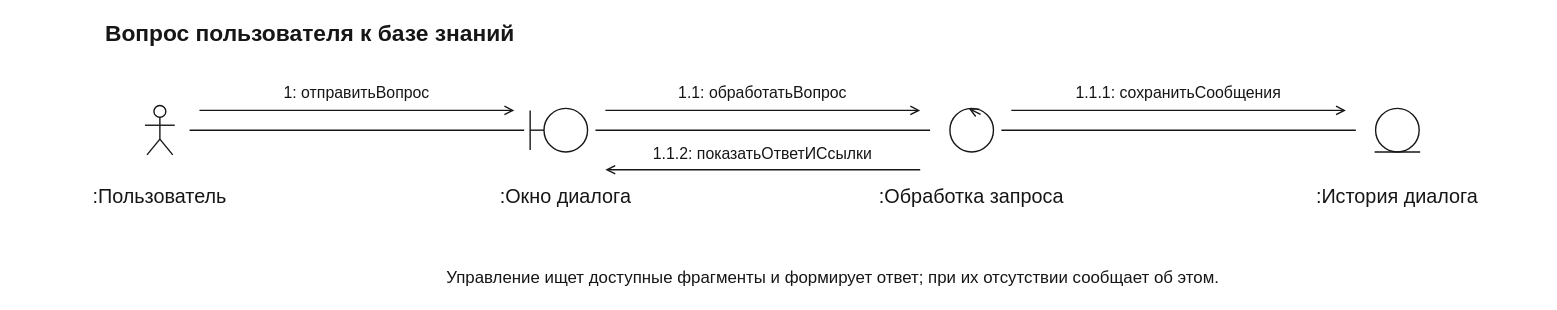
Before: page "ЛР 1 · Диаграмма анализа" (3 of 3) of RAG-ассистент/RAG-ассистент.drawio in Parsi853/OOAP, a draw.io diagram. Source tidied: cells renumbered, new cells numbered last; positions are measured from the earlier drawing's top-left corner, leaving out a move shared by most shapes. Both pictures are drawn from the tidied source at 99%, with x=0, y=0 at pixel (16, 16).
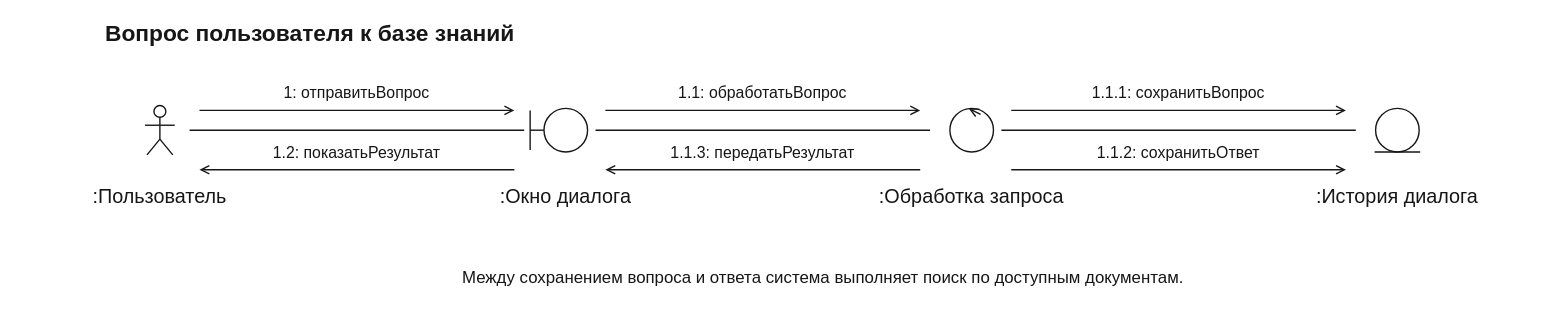
Above is the later version.

What changed in the source:
```diff
@@
-    <mxCell id="26" value="1.1.1: сохранитьСообщения" style="text;html=0;strokeColor=none;fillColor=none;align=center;verticalAlign=middle;whiteSpace=nowrap;spacing=0;fontFamily=Arial;fontSize=16;fontColor=#161616;fontStyle=0;" parent="1" vertex="1">
+    <mxCell id="26" value="1.1.1: сохранитьВопрос" style="text;html=0;strokeColor=none;fillColor=none;align=center;verticalAlign=middle;whiteSpace=nowrap;spacing=0;fontFamily=Arial;fontSize=16;fontColor=#161616;fontStyle=0;" parent="1" vertex="1">
       <mxGeometry x="995" y="64" width="358" height="24" as="geometry" />
     </mxCell>
@@
-    <mxCell id="28" value="1.1.2: показатьОтветИСсылки" style="text;html=0;strokeColor=none;fillColor=none;align=center;verticalAlign=middle;whiteSpace=nowrap;spacing=0;fontFamily=Arial;fontSize=16;fontColor=#161616;fontStyle=0;" parent="1" vertex="1">
-      <mxGeometry x="585" y="125" width="338" height="25" as="geometry" />
+    <mxCell id="28" value="1.2: показатьРезультат" style="text;html=0;strokeColor=none;fillColor=none;align=center;verticalAlign=middle;whiteSpace=nowrap;spacing=0;fontFamily=Arial;fontSize=16;fontColor=#161616;fontStyle=0;" parent="1" vertex="1">
+      <mxGeometry x="175" y="124" width="338" height="25" as="geometry" />
     </mxCell>
     <mxCell id="29" style="edgeStyle=none;endArrow=open;startArrow=none;endSize=7;strokeWidth=1.4;strokeColor=#161616;" parent="1" edge="1">
       <mxGeometry relative="1" as="geometry">
-        <mxPoint x="913" y="155" as="sourcePoint" />
-        <mxPoint x="595" y="155" as="targetPoint" />
+        <mxPoint x="503" y="155" as="sourcePoint" />
+        <mxPoint x="185" y="155" as="targetPoint" />
       </mxGeometry>
     </mxCell>
-    <mxCell id="30" value="Управление ищет доступные фрагменты и формирует ответ; при их отсутствии сообщает об этом." style="text;html=0;strokeColor=none;fillColor=none;align=center;verticalAlign=middle;whiteSpace=nowrap;spacing=0;fontFamily=Arial;fontSize=17;fontColor=#161616;fontStyle=0;" parent="1" vertex="1">
-      <mxGeometry x="270" y="245" width="1110" height="35" as="geometry" />
+    <mxCell id="30" value="1.1.3: передатьРезультат" style="text;html=0;strokeColor=none;fillColor=none;align=center;verticalAlign=middle;whiteSpace=nowrap;spacing=0;fontFamily=Arial;fontSize=16;fontColor=#161616;fontStyle=0;" parent="1" vertex="1">
+      <mxGeometry x="585" y="124" width="338" height="25" as="geometry" />
     </mxCell>
+    <mxCell id="31" style="edgeStyle=none;endArrow=open;startArrow=none;endSize=7;strokeWidth=1.4;strokeColor=#161616;" parent="1" edge="1">
+      <mxGeometry relative="1" as="geometry">
+        <mxPoint x="913" y="155" as="sourcePoint" />
+        <mxPoint x="595" y="155" as="targetPoint" />
+      </mxGeometry>
+    </mxCell>
+    <mxCell id="32" value="1.1.2: сохранитьОтвет" style="text;html=0;strokeColor=none;fillColor=none;align=center;verticalAlign=middle;whiteSpace=nowrap;spacing=0;fontFamily=Arial;fontSize=16;fontColor=#161616;fontStyle=0;" parent="1" vertex="1">
+      <mxGeometry x="995" y="124" width="358" height="25" as="geometry" />
+    </mxCell>
+    <mxCell id="33" style="edgeStyle=none;endArrow=open;startArrow=none;endSize=7;strokeWidth=1.4;strokeColor=#161616;" parent="1" edge="1">
+      <mxGeometry relative="1" as="geometry">
+        <mxPoint x="1005" y="155" as="sourcePoint" />
+        <mxPoint x="1343" y="155" as="targetPoint" />
+      </mxGeometry>
+    </mxCell>
+    <mxCell id="34" value="Между сохранением вопроса и ответа система выполняет поиск по доступным документам." style="text;html=0;strokeColor=none;fillColor=none;align=center;verticalAlign=middle;whiteSpace=nowrap;spacing=0;fontFamily=Arial;fontSize=17;fontColor=#161616;fontStyle=0;" parent="1" vertex="1">
+      <mxGeometry x="215" y="245" width="1200" height="35" as="geometry" />
+    </mxCell>
```
